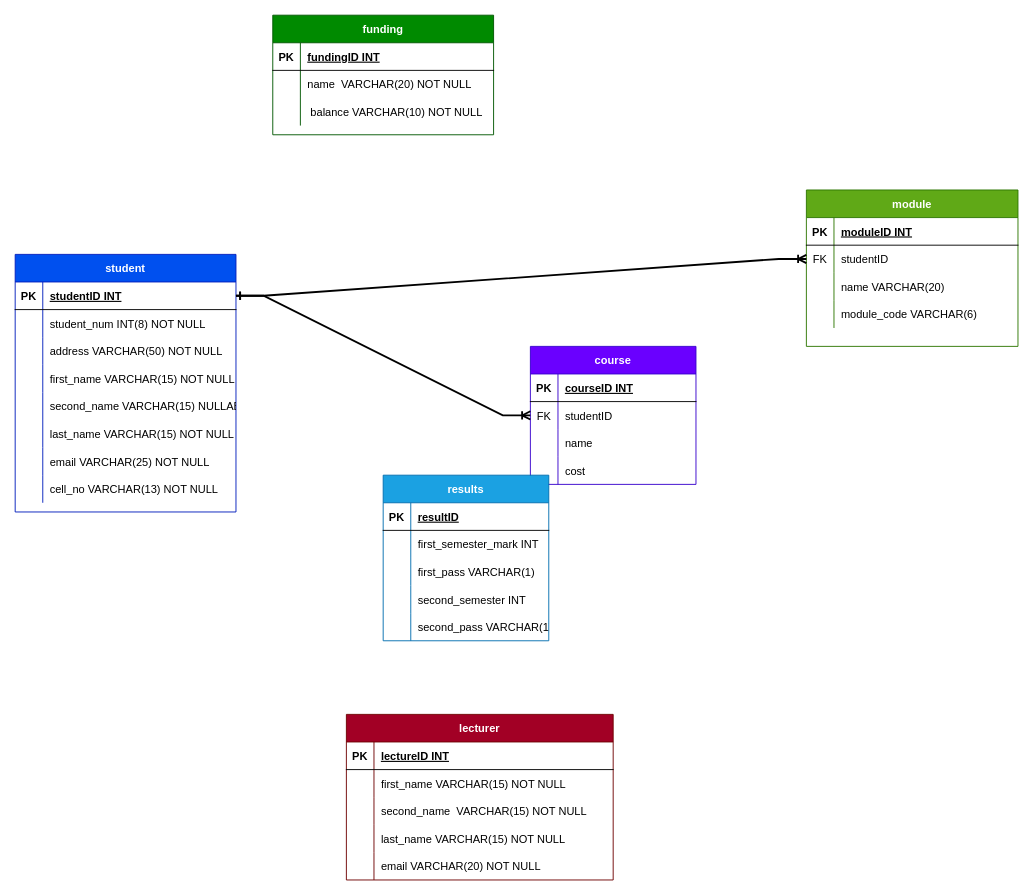
Prince010924/SpringStudentPortal keeps this draw.io diagram as StudentPortalERD.drawio. Above is the earlier version. Source tidied: cells renumbered, new cells numbered last; positions are measured from the earlier drawing's top-left corner, leaving out a move shared by most shapes. Both pictures are drawn from the tidied source at 92%, with x=0, y=0 at pixel (15, 15).
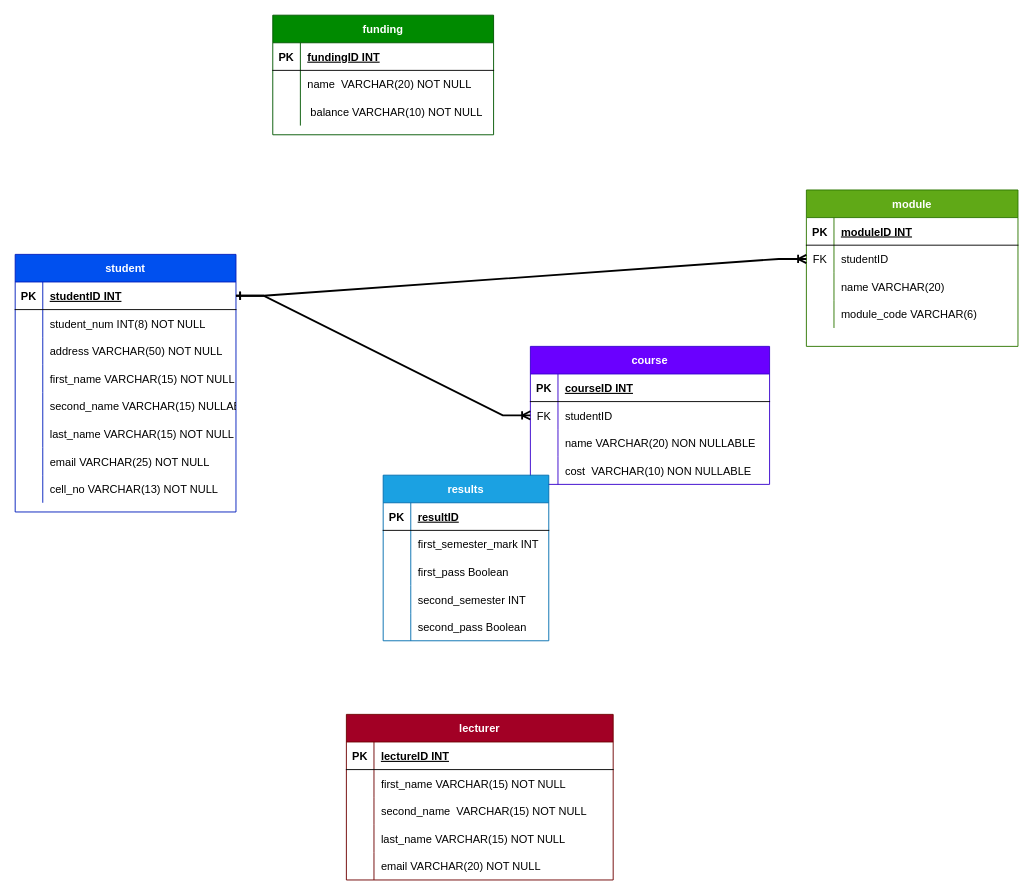
The same diagram, later.

The change refers to these unchanged cells:
```xml
<mxCell id="86" style="shape=tableRow;horizontal=0;startSize=0;swimlaneHead=0;swimlaneBody=0;fillColor=none;top=0;left=0;right=0;bottom=0;" parent="79" vertex="1">
  <mxGeometry y="90" width="180" height="30" as="geometry" />
</mxCell>
<mxCell id="92" style="shape=tableRow;horizontal=0;startSize=0;swimlaneHead=0;swimlaneBody=0;fillColor=none;top=0;left=0;right=0;bottom=0;" parent="79" vertex="1">
  <mxGeometry y="150" width="180" height="30" as="geometry" />
</mxCell>
```

What changed in the source:
```diff
@@
     <mxCell id="50" value="course" style="shape=table;startSize=30;childLayout=tableLayout;rowLines=0;fontStyle=1;align=center;fillColor=#6a00ff;fontColor=#ffffff;strokeColor=#3700CC;" parent="1" vertex="1">
-      <mxGeometry x="560" y="360" width="180" height="150" as="geometry" />
+      <mxGeometry x="560" y="360" width="260" height="150" as="geometry" />
     </mxCell>
     <mxCell id="51" style="shape=tableRow;horizontal=0;startSize=0;swimlaneHead=0;swimlaneBody=0;fillColor=none;top=0;left=0;right=0;bottom=1;" parent="50" vertex="1">
-      <mxGeometry y="30" width="180" height="30" as="geometry" />
+      <mxGeometry y="30" width="260" height="30" as="geometry" />
     </mxCell>
@@
     <mxCell id="53" value="courseID INT" style="shape=partialRectangle;fillColor=none;top=0;left=0;bottom=0;right=0;align=left;spacingLeft=6;fontStyle=5;overflow=hidden;" parent="51" vertex="1">
-      <mxGeometry x="30" width="150" height="30" as="geometry" />
+      <mxGeometry x="30" width="230" height="30" as="geometry" />
     </mxCell>
     <mxCell id="54" style="shape=tableRow;horizontal=0;startSize=0;swimlaneHead=0;swimlaneBody=0;fillColor=none;points=[[0,0.5],[1,0.5]];portConstraint=eastwest;top=0;left=0;right=0;bottom=0;" parent="50" vertex="1">
-      <mxGeometry y="60" width="180" height="30" as="geometry" />
+      <mxGeometry y="60" width="260" height="30" as="geometry" />
     </mxCell>
@@
     <mxCell id="56" value="studentID" style="shape=partialRectangle;fillColor=none;top=0;left=0;bottom=0;right=0;align=left;spacingLeft=6;overflow=hidden;" parent="54" vertex="1">
-      <mxGeometry x="30" width="150" height="30" as="geometry" />
+      <mxGeometry x="30" width="230" height="30" as="geometry" />
     </mxCell>
     <mxCell id="57" style="shape=tableRow;horizontal=0;startSize=0;swimlaneHead=0;swimlaneBody=0;fillColor=none;top=0;left=0;right=0;bottom=0;" parent="50" vertex="1">
-      <mxGeometry y="90" width="180" height="30" as="geometry" />
+      <mxGeometry y="90" width="260" height="30" as="geometry" />
     </mxCell>
@@
-    <mxCell id="59" value="name" style="shape=partialRectangle;fillColor=none;top=0;left=0;bottom=0;right=0;align=left;spacingLeft=6;overflow=hidden;" parent="57" vertex="1">
-      <mxGeometry x="30" width="150" height="30" as="geometry" />
+    <mxCell id="59" value="name VARCHAR(20) NON NULLABLE" style="shape=partialRectangle;fillColor=none;top=0;left=0;bottom=0;right=0;align=left;spacingLeft=6;overflow=hidden;" parent="57" vertex="1">
+      <mxGeometry x="30" width="230" height="30" as="geometry" />
     </mxCell>
     <mxCell id="60" style="shape=tableRow;horizontal=0;startSize=0;swimlaneHead=0;swimlaneBody=0;fillColor=none;top=0;left=0;right=0;bottom=0;" parent="50" vertex="1">
-      <mxGeometry y="120" width="180" height="30" as="geometry" />
+      <mxGeometry y="120" width="260" height="30" as="geometry" />
     </mxCell>
@@
-    <mxCell id="62" value="cost" style="shape=partialRectangle;fillColor=none;top=0;left=0;bottom=0;right=0;align=left;spacingLeft=6;overflow=hidden;" parent="60" vertex="1">
-      <mxGeometry x="30" width="150" height="30" as="geometry" />
+    <mxCell id="62" value="cost  VARCHAR(10) NON NULLABLE " style="shape=partialRectangle;fillColor=none;top=0;left=0;bottom=0;right=0;align=left;spacingLeft=6;overflow=hidden;" parent="60" vertex="1">
+      <mxGeometry x="30" width="230" height="30" as="geometry" />
     </mxCell>
@@
-    <mxCell id="88" value="first_pass VARCHAR(1)" style="shape=partialRectangle;fillColor=none;top=0;left=0;bottom=0;right=0;align=left;spacingLeft=6;overflow=hidden;" parent="86" vertex="1">
+    <mxCell id="88" value="first_pass Boolean" style="shape=partialRectangle;fillColor=none;top=0;left=0;bottom=0;right=0;align=left;spacingLeft=6;overflow=hidden;" parent="86" vertex="1">
       <mxGeometry x="30" width="150" height="30" as="geometry" />
     </mxCell>
@@
-    <mxCell id="94" value="second_pass VARCHAR(1)" style="shape=partialRectangle;fillColor=none;top=0;left=0;bottom=0;right=0;align=left;spacingLeft=6;overflow=hidden;" parent="92" vertex="1">
+    <mxCell id="94" value="second_pass Boolean" style="shape=partialRectangle;fillColor=none;top=0;left=0;bottom=0;right=0;align=left;spacingLeft=6;overflow=hidden;" parent="92" vertex="1">
       <mxGeometry x="30" width="150" height="30" as="geometry" />
     </mxCell>
```
